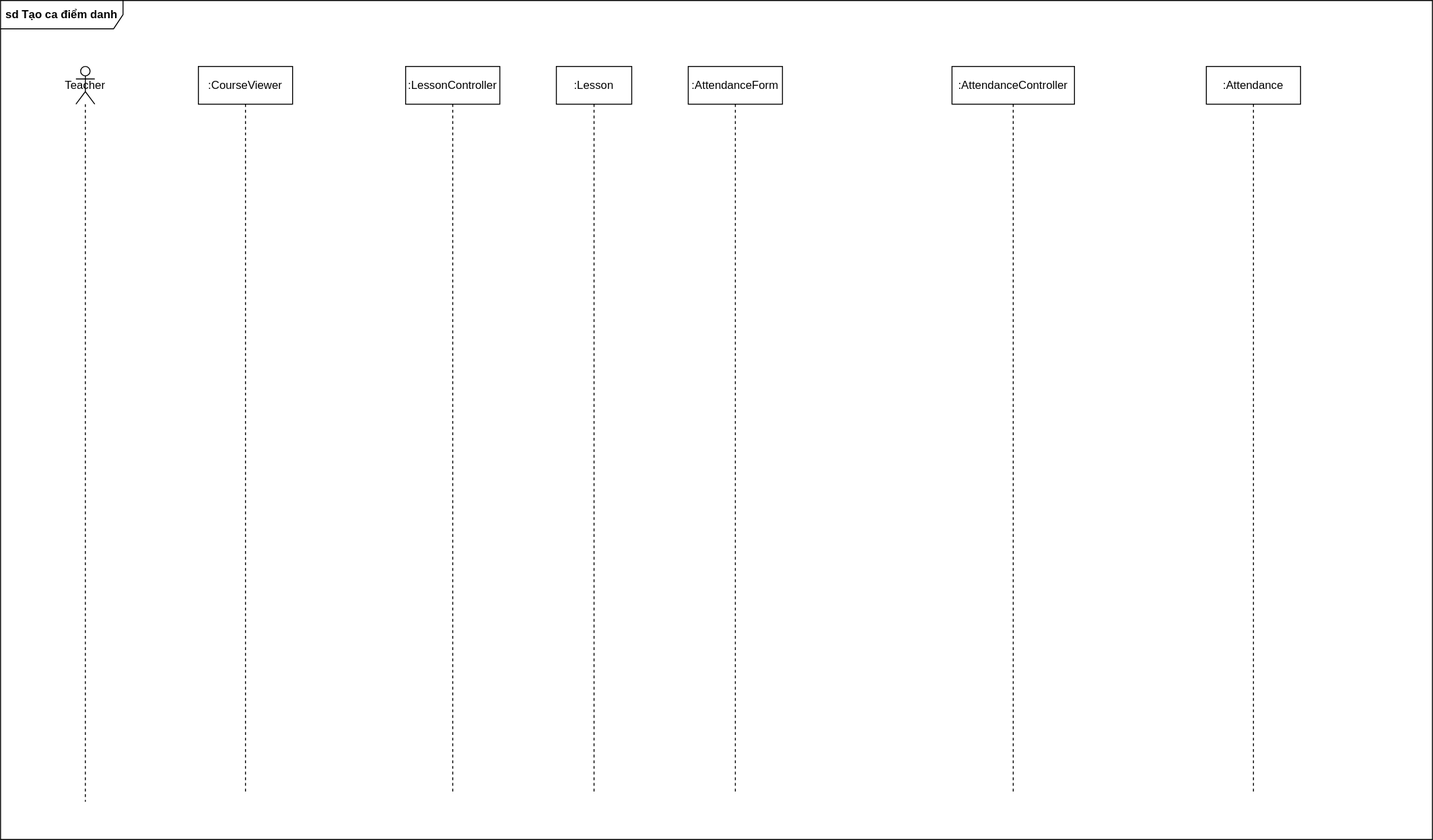
Above: [W3] SequenceDiagram 5.drawio.svg in ntmly/ThuchanhphattrienhethongTTNT (draw.io), before the change. Source tidied: cells renumbered, new cells last; positions are measured from the earlier drawing's top-left corner, leaving out a move shared by most shapes.
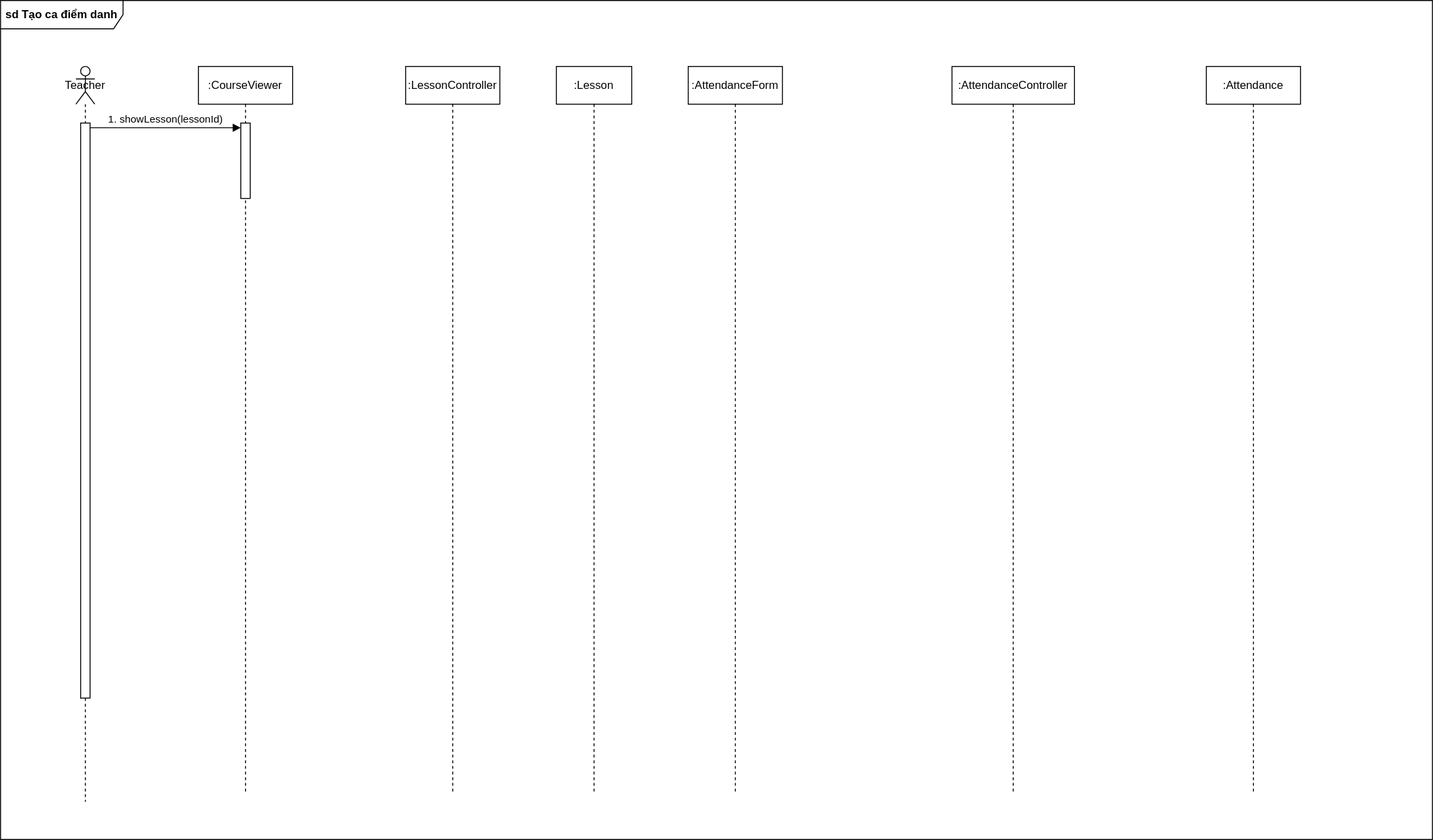
Above is the later version.

Commit message:
Cập nhật [W3] SequenceDiagram 5.drawio.svg

The edit, as a diff of the source:
```diff
@@ -8,9 +8,15 @@
     <mxCell id="3" value="Teacher" style="shape=umlLifeline;perimeter=lifelinePerimeter;whiteSpace=wrap;html=1;newEdgeStyle={&quot;curved&quot;:0,&quot;rounded&quot;:0};participant=umlActor;" parent="1" vertex="1">
       <mxGeometry x="80" y="70" width="20" height="780" as="geometry" />
     </mxCell>
+    <mxCell id="10" style="html=1;points=[[0,0,0,0,5],[0,1,0,0,-5],[1,0,0,0,5],[1,1,0,0,-5]];perimeter=orthogonalPerimeter;outlineConnect=0;targetShapes=umlLifeline;portConstraint=eastwest;newEdgeStyle={&quot;curved&quot;:0,&quot;rounded&quot;:0};" parent="3" vertex="1">
+      <mxGeometry x="5" y="60" width="10" height="610" as="geometry" />
+    </mxCell>
     <mxCell id="4" value=":CourseViewer" style="shape=umlLifeline;perimeter=lifelinePerimeter;whiteSpace=wrap;html=1;newEdgeStyle={&quot;curved&quot;:0,&quot;rounded&quot;:0};" parent="1" vertex="1">
       <mxGeometry x="210" y="70" width="100" height="770" as="geometry" />
     </mxCell>
+    <mxCell id="11" style="html=1;points=[[0,0,0,0,5],[0,1,0,0,-5],[1,0,0,0,5],[1,1,0,0,-5]];perimeter=orthogonalPerimeter;outlineConnect=0;targetShapes=umlLifeline;portConstraint=eastwest;newEdgeStyle={&quot;curved&quot;:0,&quot;rounded&quot;:0};" parent="4" vertex="1">
+      <mxGeometry x="45" y="60" width="10" height="80" as="geometry" />
+    </mxCell>
     <mxCell id="5" value=":LessonController" style="shape=umlLifeline;perimeter=lifelinePerimeter;whiteSpace=wrap;html=1;newEdgeStyle={&quot;curved&quot;:0,&quot;rounded&quot;:0};" parent="1" vertex="1">
       <mxGeometry x="430" y="70" width="100" height="770" as="geometry" />
     </mxCell>
@@ -26,5 +32,8 @@
     <mxCell id="9" value=":Attendance" style="shape=umlLifeline;perimeter=lifelinePerimeter;whiteSpace=wrap;html=1;newEdgeStyle={&quot;curved&quot;:0,&quot;rounded&quot;:0};" parent="1" vertex="1">
       <mxGeometry x="1280" y="70" width="100" height="770" as="geometry" />
     </mxCell>
+    <mxCell id="12" value="1. showLesson(lessonId)" style="html=1;verticalAlign=bottom;endArrow=block;curved=0;rounded=0;entryX=0;entryY=0;entryDx=0;entryDy=5;entryPerimeter=0;exitX=1;exitY=0;exitDx=0;exitDy=5;exitPerimeter=0;" parent="1" edge="1" source="10" target="11">
+      <mxGeometry relative="1" as="geometry" />
+    </mxCell>
   </root>
 </mxGraphModel>
```
